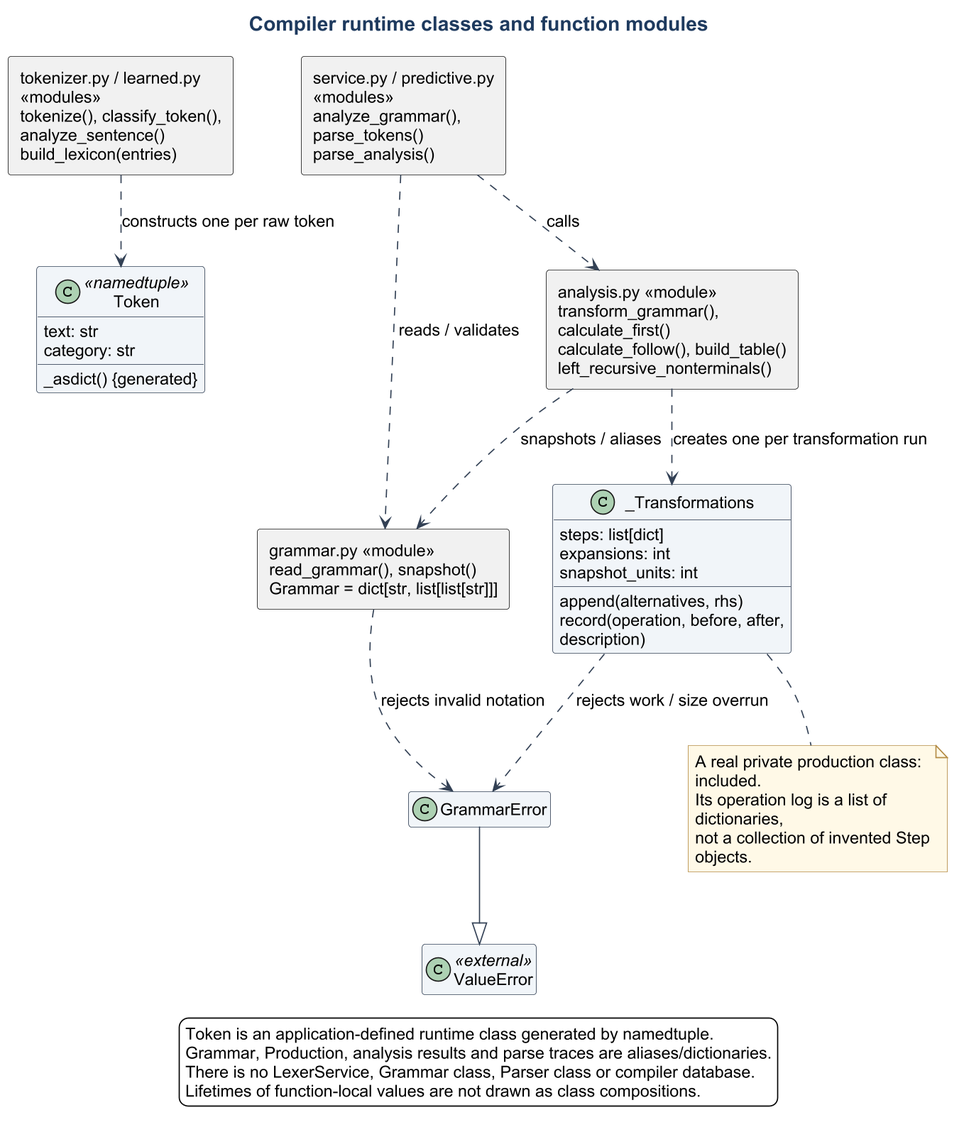
Earlier version of the PlantUML export docs/diagrams/class-compiler.png (Suraku237/francanglaiscompiler). Source of this version:
```plantuml
@startuml
!include theme.iuml
allowmixing
title Compiler runtime classes and function modules
hide empty members
class Token <<namedtuple>> {
  text: str
  category: str
  _asdict() {generated}
}
class GrammarError
class ValueError <<external>>
class _Transformations {
  steps: list[dict]
  expansions: int
  snapshot_units: int
  append(alternatives, rhs)
  record(operation, before, after, description)
}
rectangle "tokenizer.py / learned.py <<modules>>\ntokenize(), classify_token(), analyze_sentence()\nbuild_lexicon(entries)" as Lexer
rectangle "grammar.py <<module>>\nread_grammar(), snapshot()\nGrammar = dict[str, list[list[str]]]" as Grammar
rectangle "analysis.py <<module>>\ntransform_grammar(), calculate_first()\ncalculate_follow(), build_table()\nleft_recursive_nonterminals()" as Analysis
rectangle "service.py / predictive.py <<modules>>\nanalyze_grammar(), parse_tokens()\nparse_analysis()" as Parser
Lexer ..> Token : constructs one per raw token
GrammarError --|> ValueError
Grammar ..> GrammarError : rejects invalid notation
Analysis ..> _Transformations : creates one per transformation run
_Transformations ..> GrammarError : rejects work / size overrun
Analysis ..> Grammar : snapshots / aliases
Parser ..> Analysis : calls
Parser ..> Grammar : reads / validates
note bottom of _Transformations
  A real private production class: included.
  Its operation log is a list of dictionaries,
  not a collection of invented Step objects.
end note
legend bottom
  Token is an application-defined runtime class generated by namedtuple.
  Grammar, Production, analysis results and parse traces are aliases/dictionaries.
  There is no LexerService, Grammar class, Parser class or compiler database.
  Lifetimes of function-local values are not drawn as class compositions.
endlegend
@enduml
```
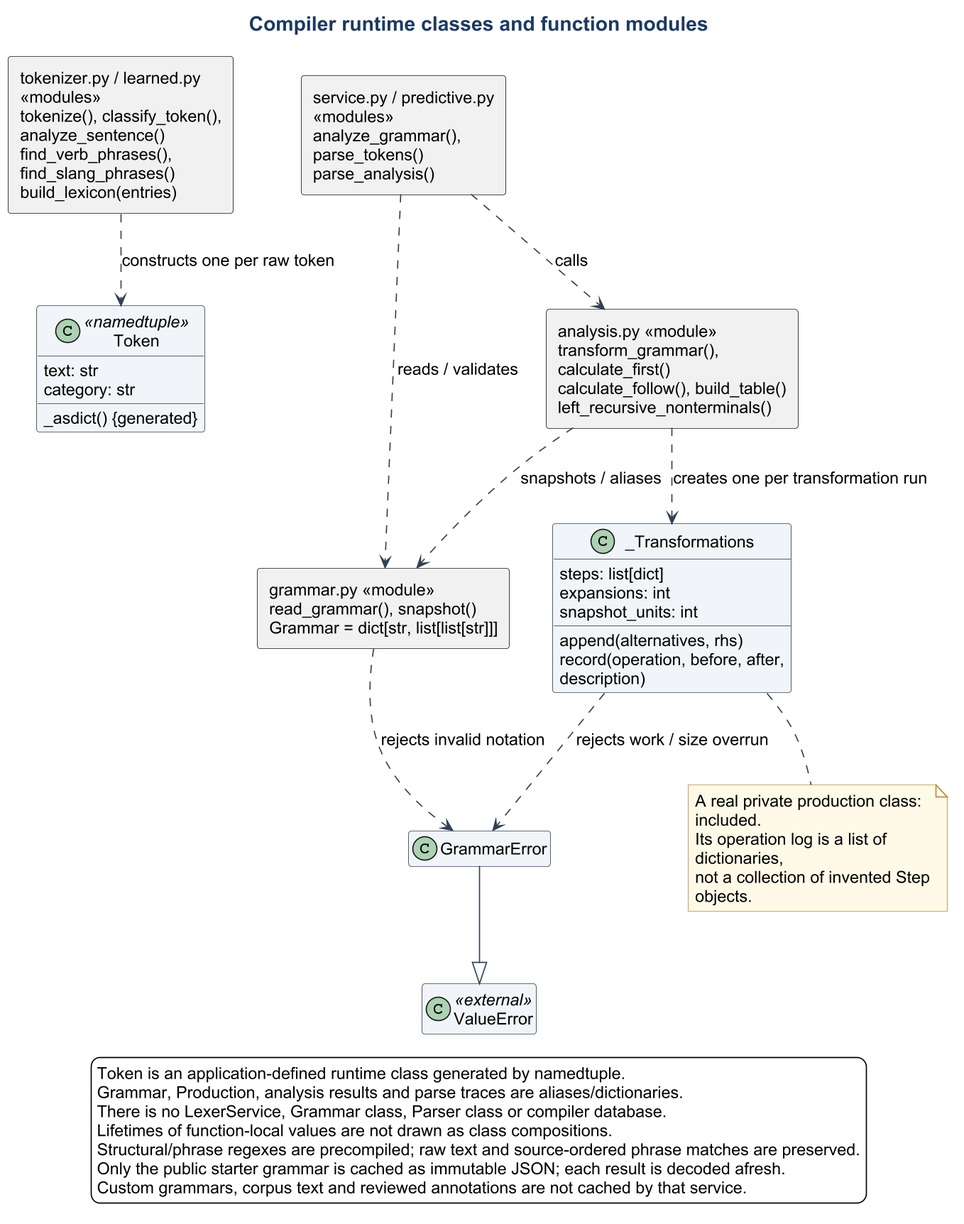
Later version of the same file.

Diff of the diagram source:
```diff
@@ -17,7 +17,7 @@
   append(alternatives, rhs)
   record(operation, before, after, description)
 }
-rectangle "tokenizer.py / learned.py <<modules>>\ntokenize(), classify_token(), analyze_sentence()\nbuild_lexicon(entries)" as Lexer
+rectangle "tokenizer.py / learned.py <<modules>>\ntokenize(), classify_token(), analyze_sentence()\nfind_verb_phrases(), find_slang_phrases()\nbuild_lexicon(entries)" as Lexer
 rectangle "grammar.py <<module>>\nread_grammar(), snapshot()\nGrammar = dict[str, list[list[str]]]" as Grammar
 rectangle "analysis.py <<module>>\ntransform_grammar(), calculate_first()\ncalculate_follow(), build_table()\nleft_recursive_nonterminals()" as Analysis
 rectangle "service.py / predictive.py <<modules>>\nanalyze_grammar(), parse_tokens()\nparse_analysis()" as Parser
@@ -39,5 +39,8 @@
   Grammar, Production, analysis results and parse traces are aliases/dictionaries.
   There is no LexerService, Grammar class, Parser class or compiler database.
   Lifetimes of function-local values are not drawn as class compositions.
+  Structural/phrase regexes are precompiled; raw text and source-ordered phrase matches are preserved.
+  Only the public starter grammar is cached as immutable JSON; each result is decoded afresh.
+  Custom grammars, corpus text and reviewed annotations are not cached by that service.
 endlegend
 @enduml
```
